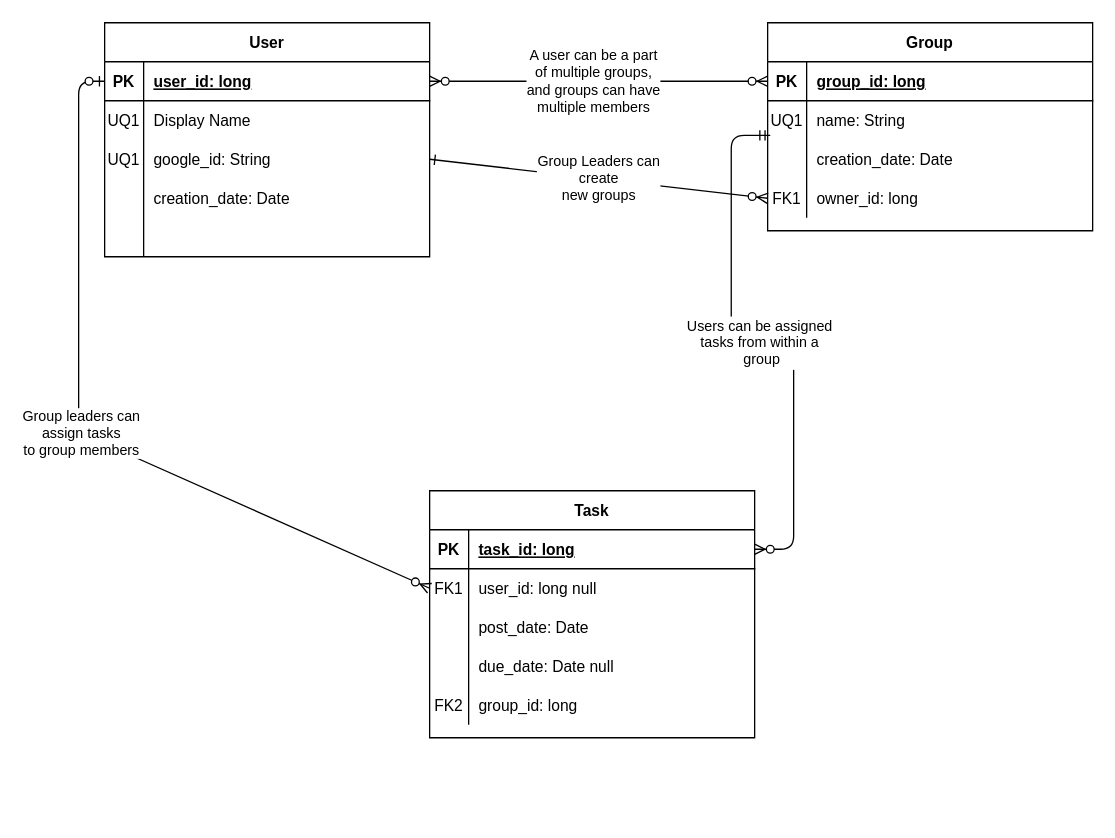
Above: docs/work/capstone-erd.drawio in team-assignments/team-assignments.github.io (draw.io), before the change. Source tidied: cells renumbered, new cells numbered last; positions are measured from the earlier drawing's top-left corner, leaving out a move shared by most shapes. Both pictures are drawn from the tidied source at 130%, with x=0, y=0 at pixel (78, 22).
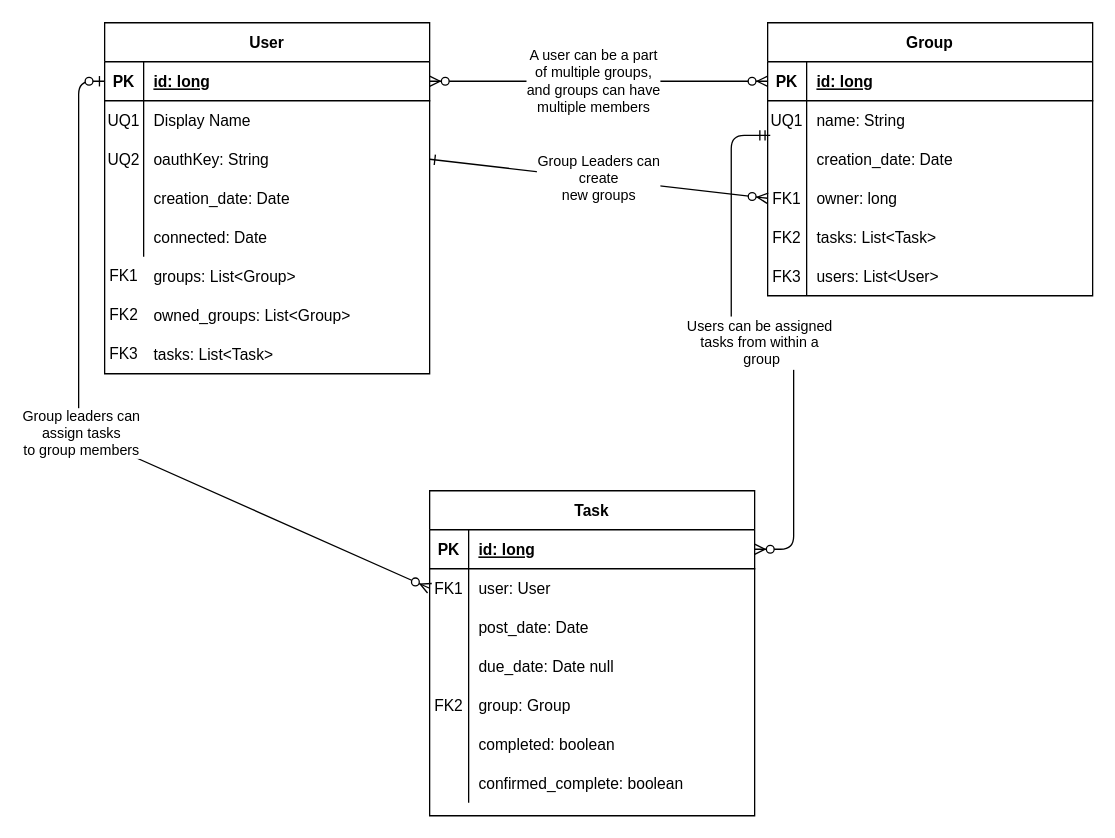
After the change.

The change refers to these unchanged cells:
```xml
<mxCell id="7" style="shape=partialRectangle;fillColor=none;points=[[0,0.5],[1,0.5]];portConstraint=eastwest;top=0;left=0;right=0;bottom=1;" parent="6" vertex="1">
  <mxGeometry y="30" width="250" height="30" as="geometry" />
</mxCell>
<mxCell id="16" style="shape=partialRectangle;fillColor=none;points=[[0,0.5],[1,0.5]];portConstraint=eastwest;top=0;left=0;right=0;bottom=0;" parent="6" vertex="1">
  <mxGeometry y="120" width="250" height="30" as="geometry" />
</mxCell>
<mxCell id="20" style="shape=partialRectangle;fillColor=none;points=[[0,0.5],[1,0.5]];portConstraint=eastwest;top=0;left=0;right=0;bottom=1;" parent="19" vertex="1">
  <mxGeometry y="30" width="250" height="30" as="geometry" />
</mxCell>
<mxCell id="23" style="shape=partialRectangle;fillColor=none;points=[[0,0.5],[1,0.5]];portConstraint=eastwest;top=0;left=0;right=0;bottom=0;" parent="19" vertex="1">
  <mxGeometry y="60" width="250" height="30" as="geometry" />
</mxCell>
<mxCell id="32" style="shape=partialRectangle;fillColor=none;top=0;left=0;right=0;bottom=0;" parent="19" vertex="1">
  <mxGeometry y="150" width="250" height="30" as="geometry" />
</mxCell>
<mxCell id="36" style="shape=partialRectangle;fillColor=none;points=[[0,0.5],[1,0.5]];portConstraint=eastwest;top=0;left=0;right=0;bottom=1;" parent="35" vertex="1">
  <mxGeometry y="30" width="250" height="30" as="geometry" />
</mxCell>
<mxCell id="42" style="shape=partialRectangle;fillColor=none;points=[[0,0.5],[1,0.5]];portConstraint=eastwest;top=0;left=0;right=0;bottom=0;" parent="35" vertex="1">
  <mxGeometry y="90" width="250" height="30" as="geometry" />
</mxCell>
```

What changed in the source:
```diff
@@
     <mxCell id="6" value="Group" style="shape=table;startSize=30;childLayout=tableLayout;rowLines=0;fontStyle=1;align=center;" parent="1" vertex="1">
-      <mxGeometry x="530" width="250" height="160" as="geometry" />
+      <mxGeometry x="530" width="250" height="210" as="geometry" />
     </mxCell>
@@
-    <mxCell id="9" value="group_id: long" style="shape=partialRectangle;overflow=hidden;fillColor=none;top=0;left=0;bottom=0;right=0;align=left;spacingLeft=6;fontStyle=5;" parent="7" vertex="1">
+    <mxCell id="9" value="id: long" style="shape=partialRectangle;overflow=hidden;fillColor=none;top=0;left=0;bottom=0;right=0;align=left;spacingLeft=6;fontStyle=5;" parent="7" vertex="1">
       <mxGeometry x="30" width="220" height="30" as="geometry" />
     </mxCell>
@@
-    <mxCell id="18" value="owner_id: long" style="shape=partialRectangle;overflow=hidden;fillColor=none;top=0;left=0;bottom=0;right=0;align=left;spacingLeft=6;" parent="16" vertex="1">
+    <mxCell id="18" value="owner: long" style="shape=partialRectangle;overflow=hidden;fillColor=none;top=0;left=0;bottom=0;right=0;align=left;spacingLeft=6;" parent="16" vertex="1">
       <mxGeometry x="30" width="220" height="30" as="geometry" />
     </mxCell>
+    <mxCell id="54" style="shape=partialRectangle;fillColor=none;top=0;left=0;right=0;bottom=0;" parent="6" vertex="1">
+      <mxGeometry y="150" width="250" height="30" as="geometry" />
+    </mxCell>
+    <mxCell id="55" value="FK2" style="shape=partialRectangle;overflow=hidden;fillColor=none;top=0;left=0;bottom=0;right=0;" parent="54" vertex="1">
+      <mxGeometry width="30" height="30" as="geometry" />
+    </mxCell>
+    <mxCell id="56" value="tasks: List&lt;Task&gt;" style="shape=partialRectangle;overflow=hidden;fillColor=none;top=0;left=0;bottom=0;right=0;align=left;spacingLeft=6;" parent="54" vertex="1">
+      <mxGeometry x="30" width="220" height="30" as="geometry" />
+    </mxCell>
+    <mxCell id="57" style="shape=partialRectangle;fillColor=none;top=0;left=0;right=0;bottom=0;" parent="6" vertex="1">
+      <mxGeometry y="180" width="250" height="30" as="geometry" />
+    </mxCell>
+    <mxCell id="58" value="FK3" style="shape=partialRectangle;overflow=hidden;fillColor=none;top=0;left=0;bottom=0;right=0;" parent="57" vertex="1">
+      <mxGeometry width="30" height="30" as="geometry" />
+    </mxCell>
+    <mxCell id="59" value="users: List&lt;User&gt;" style="shape=partialRectangle;overflow=hidden;fillColor=none;top=0;left=0;bottom=0;right=0;align=left;spacingLeft=6;" parent="57" vertex="1">
+      <mxGeometry x="30" width="220" height="30" as="geometry" />
+    </mxCell>
     <mxCell id="19" value="Task" style="shape=table;startSize=30;childLayout=tableLayout;rowLines=0;fontStyle=1;align=center;" parent="1" vertex="1">
-      <mxGeometry x="270" y="360" width="250" height="190" as="geometry" />
+      <mxGeometry x="270" y="360" width="250" height="250" as="geometry" />
     </mxCell>
@@
-    <mxCell id="22" value="task_id: long" style="shape=partialRectangle;overflow=hidden;fillColor=none;top=0;left=0;bottom=0;right=0;align=left;spacingLeft=6;fontStyle=5;" parent="20" vertex="1">
+    <mxCell id="22" value="id: long" style="shape=partialRectangle;overflow=hidden;fillColor=none;top=0;left=0;bottom=0;right=0;align=left;spacingLeft=6;fontStyle=5;" parent="20" vertex="1">
       <mxGeometry x="30" width="220" height="30" as="geometry" />
     </mxCell>
@@
-    <mxCell id="25" value="user_id: long null" style="shape=partialRectangle;overflow=hidden;fillColor=none;top=0;left=0;bottom=0;right=0;align=left;spacingLeft=6;" parent="23" vertex="1">
+    <mxCell id="25" value="user: User " style="shape=partialRectangle;overflow=hidden;fillColor=none;top=0;left=0;bottom=0;right=0;align=left;spacingLeft=6;" parent="23" vertex="1">
       <mxGeometry x="30" width="220" height="30" as="geometry" />
     </mxCell>
@@
-    <mxCell id="34" value="group_id: long " style="shape=partialRectangle;overflow=hidden;fillColor=none;top=0;left=0;bottom=0;right=0;align=left;spacingLeft=6;" parent="32" vertex="1">
+    <mxCell id="34" value="group: Group" style="shape=partialRectangle;overflow=hidden;fillColor=none;top=0;left=0;bottom=0;right=0;align=left;spacingLeft=6;" parent="32" vertex="1">
       <mxGeometry x="30" width="220" height="30" as="geometry" />
     </mxCell>
+    <mxCell id="60" style="shape=partialRectangle;fillColor=none;top=0;left=0;right=0;bottom=0;" parent="19" vertex="1">
+      <mxGeometry y="180" width="250" height="30" as="geometry" />
+    </mxCell>
+    <mxCell id="61" style="shape=partialRectangle;overflow=hidden;fillColor=none;top=0;left=0;bottom=0;right=0;" parent="60" vertex="1">
+      <mxGeometry width="30" height="30" as="geometry" />
+    </mxCell>
+    <mxCell id="62" value="completed: boolean" style="shape=partialRectangle;overflow=hidden;fillColor=none;top=0;left=0;bottom=0;right=0;align=left;spacingLeft=6;" parent="60" vertex="1">
+      <mxGeometry x="30" width="220" height="30" as="geometry" />
+    </mxCell>
+    <mxCell id="63" style="shape=partialRectangle;fillColor=none;top=0;left=0;right=0;bottom=0;" parent="19" vertex="1">
+      <mxGeometry y="210" width="250" height="30" as="geometry" />
+    </mxCell>
+    <mxCell id="64" style="shape=partialRectangle;overflow=hidden;fillColor=none;top=0;left=0;bottom=0;right=0;" parent="63" vertex="1">
+      <mxGeometry width="30" height="30" as="geometry" />
+    </mxCell>
+    <mxCell id="65" value="confirmed_complete: boolean" style="shape=partialRectangle;overflow=hidden;fillColor=none;top=0;left=0;bottom=0;right=0;align=left;spacingLeft=6;" parent="63" vertex="1">
+      <mxGeometry x="30" width="220" height="30" as="geometry" />
+    </mxCell>
     <mxCell id="35" value="User" style="shape=table;startSize=30;childLayout=tableLayout;rowLines=0;fontStyle=1;align=center;" parent="1" vertex="1">
-      <mxGeometry x="20" width="250" height="180" as="geometry" />
+      <mxGeometry x="20" width="250" height="270" as="geometry" />
     </mxCell>
@@
-    <mxCell id="38" value="user_id: long" style="shape=partialRectangle;overflow=hidden;fillColor=none;top=0;left=0;bottom=0;right=0;align=left;spacingLeft=6;fontStyle=5;" parent="36" vertex="1">
+    <mxCell id="38" value="id: long" style="shape=partialRectangle;overflow=hidden;fillColor=none;top=0;left=0;bottom=0;right=0;align=left;spacingLeft=6;fontStyle=5;" parent="36" vertex="1">
       <mxGeometry x="30" width="220" height="30" as="geometry" />
     </mxCell>
@@
-    <mxCell id="43" value="UQ1" style="shape=partialRectangle;overflow=hidden;fillColor=none;top=0;left=0;bottom=0;right=0;" parent="42" vertex="1">
+    <mxCell id="43" value="UQ2" style="shape=partialRectangle;overflow=hidden;fillColor=none;top=0;left=0;bottom=0;right=0;" parent="42" vertex="1">
       <mxGeometry width="30" height="30" as="geometry" />
     </mxCell>
-    <mxCell id="44" value="google_id: String" style="shape=partialRectangle;overflow=hidden;fillColor=none;top=0;left=0;bottom=0;right=0;align=left;spacingLeft=6;" parent="42" vertex="1">
+    <mxCell id="44" value="oauthKey: String" style="shape=partialRectangle;overflow=hidden;fillColor=none;top=0;left=0;bottom=0;right=0;align=left;spacingLeft=6;" parent="42" vertex="1">
       <mxGeometry x="30" width="220" height="30" as="geometry" />
     </mxCell>
@@
+    <mxCell id="66" value="connected: Date" style="shape=partialRectangle;overflow=hidden;fillColor=none;top=0;left=0;bottom=0;right=0;align=left;spacingLeft=6;" parent="1" vertex="1">
+      <mxGeometry x="50" y="150" width="220" height="30" as="geometry" />
+    </mxCell>
+    <mxCell id="67" value="groups: List&lt;Group&gt;" style="shape=partialRectangle;overflow=hidden;fillColor=none;top=0;left=0;bottom=0;right=0;align=left;spacingLeft=6;" parent="1" vertex="1">
+      <mxGeometry x="50" y="180" width="220" height="30" as="geometry" />
+    </mxCell>
+    <mxCell id="68" value="owned_groups: List&lt;Group&gt;" style="shape=partialRectangle;overflow=hidden;fillColor=none;top=0;left=0;bottom=0;right=0;align=left;spacingLeft=6;" parent="1" vertex="1">
+      <mxGeometry x="50" y="210" width="220" height="30" as="geometry" />
+    </mxCell>
+    <mxCell id="69" value="tasks: List&lt;Task&gt;" style="shape=partialRectangle;overflow=hidden;fillColor=none;top=0;left=0;bottom=0;right=0;align=left;spacingLeft=6;" parent="1" vertex="1">
+      <mxGeometry x="50" y="240" width="220" height="30" as="geometry" />
+    </mxCell>
+    <mxCell id="70" value="FK1" style="text;html=1;strokeColor=none;fillColor=none;align=center;verticalAlign=middle;whiteSpace=wrap;rounded=0;" parent="1" vertex="1">
+      <mxGeometry x="20" y="185" width="30" height="20" as="geometry" />
+    </mxCell>
+    <mxCell id="71" value="FK2" style="text;html=1;strokeColor=none;fillColor=none;align=center;verticalAlign=middle;whiteSpace=wrap;rounded=0;" parent="1" vertex="1">
+      <mxGeometry x="25" y="215" width="20" height="20" as="geometry" />
+    </mxCell>
+    <mxCell id="72" value="FK3" style="text;html=1;strokeColor=none;fillColor=none;align=center;verticalAlign=middle;whiteSpace=wrap;rounded=0;" parent="1" vertex="1">
+      <mxGeometry x="20" y="245" width="30" height="20" as="geometry" />
+    </mxCell>
```
